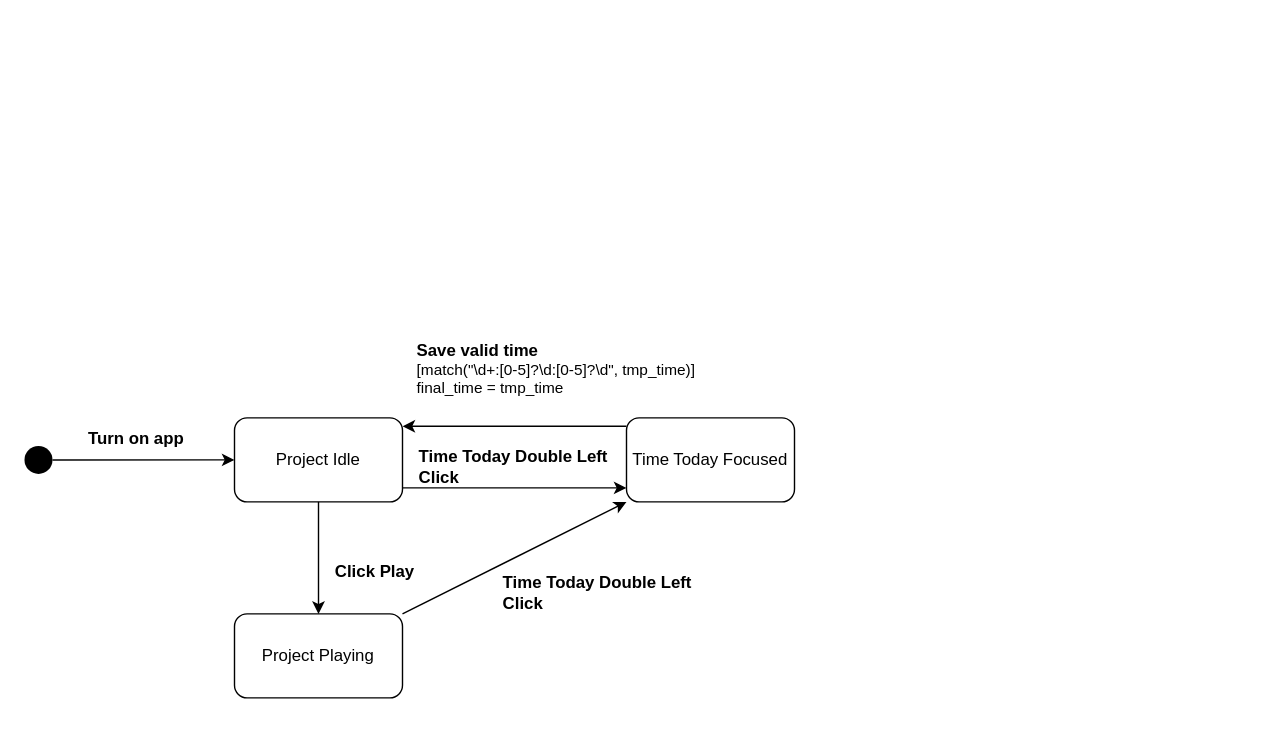
Above: docs/04_assignment/schema/02_edit_project.drawio in Jumaruba/jtimesched (draw.io), before the change. Source tidied: cells renumbered, new cells numbered last; positions are measured from the earlier drawing's top-left corner, leaving out a move shared by most shapes. Both pictures are drawn from the tidied source at 140%, with x=0, y=0 at pixel (24, 347).
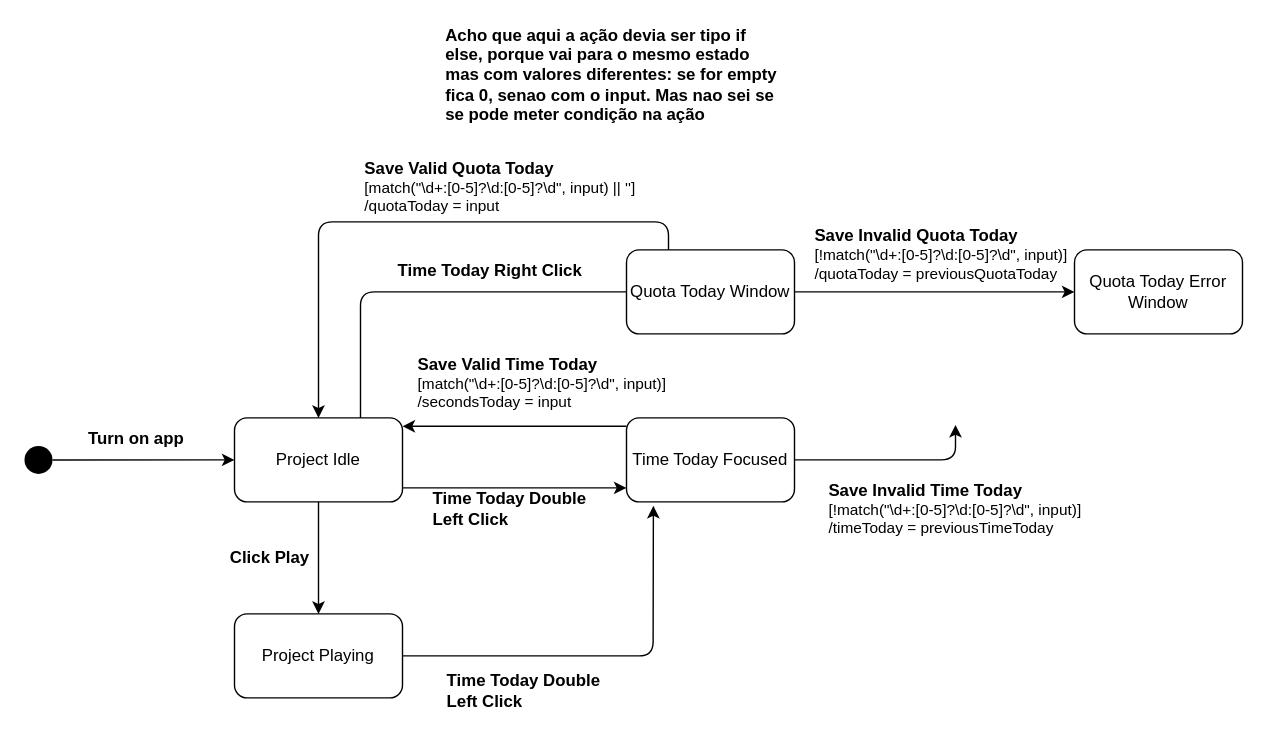
The same page after the edit.

Unchanged cells that the change refers to:
```xml
<mxCell id="3" value="Project Idle" style="rounded=1;whiteSpace=wrap;html=1;" parent="1" vertex="1">
  <mxGeometry x="150" y="50" width="120" height="60" as="geometry" />
</mxCell>
<mxCell id="7" value="Project Playing" style="rounded=1;whiteSpace=wrap;html=1;fontSize=12;" parent="1" vertex="1">
  <mxGeometry x="150" y="190" width="120" height="60" as="geometry" />
</mxCell>
<mxCell id="11" value="Time Today Focused" style="rounded=1;whiteSpace=wrap;html=1;" parent="1" vertex="1">
  <mxGeometry x="430" y="50" width="120" height="60" as="geometry" />
</mxCell>
```

Diff of the diagram source:
```diff
@@
+    <mxCell id="16" style="edgeStyle=none;html=1;exitX=0.75;exitY=0;exitDx=0;exitDy=0;" parent="1" edge="1" source="3">
+      <mxGeometry relative="1" as="geometry">
+        <mxPoint x="450" y="-40" as="targetPoint" />
+        <Array as="points">
+          <mxPoint x="240" y="-40" />
+        </Array>
+      </mxGeometry>
+    </mxCell>
@@
-    <mxCell id="6" style="edgeStyle=none;html=1;fontSize=11;fontColor=#000000;" parent="1" edge="1" source="7" target="11">
-      <mxGeometry relative="1" as="geometry" />
+    <mxCell id="6" style="edgeStyle=none;html=1;fontSize=11;fontColor=#000000;entryX=0.16;entryY=1.047;entryDx=0;entryDy=0;entryPerimeter=0;" parent="1" edge="1" source="7" target="11">
+      <mxGeometry relative="1" as="geometry">
+        <Array as="points">
+          <mxPoint x="449" y="220" />
+        </Array>
+      </mxGeometry>
     </mxCell>
@@
     <mxCell id="10" value="&lt;b&gt;Click Play&lt;/b&gt;" style="text;html=1;align=center;verticalAlign=middle;strokeColor=none;fillColor=none;" parent="1" vertex="1">
-      <mxGeometry x="215" y="150" width="70" height="20" as="geometry" />
+      <mxGeometry x="140" y="140" width="70" height="20" as="geometry" />
     </mxCell>
+    <mxCell id="17" style="edgeStyle=none;html=1;exitX=1;exitY=0.5;exitDx=0;exitDy=0;entryX=0.5;entryY=1;entryDx=0;entryDy=0;" parent="1" edge="1" source="11">
+      <mxGeometry relative="1" as="geometry">
+        <mxPoint x="665" y="55" as="targetPoint" />
+        <Array as="points">
+          <mxPoint x="665" y="80" />
+        </Array>
+      </mxGeometry>
+    </mxCell>
@@
     <mxCell id="12" value="&lt;b&gt;Time Today Double Left Click&lt;/b&gt;" style="text;html=1;strokeColor=none;fillColor=none;align=left;verticalAlign=middle;whiteSpace=wrap;rounded=0;" parent="1" vertex="1">
-      <mxGeometry x="280" y="70" width="160" height="30" as="geometry" />
+      <mxGeometry x="290" y="100" width="120" height="30" as="geometry" />
     </mxCell>
@@
-    <mxCell id="14" value="&lt;div style=&quot;text-align: left&quot;&gt;&lt;b&gt;&lt;font style=&quot;font-size: 12px&quot;&gt;Save valid time&lt;/font&gt;&lt;/b&gt;&lt;/div&gt;&lt;span style=&quot;font-size: 11px&quot;&gt;&lt;div style=&quot;text-align: left&quot;&gt;&lt;span&gt;[match(&quot;&lt;/span&gt;&lt;font style=&quot;font-family: &amp;#34;helvetica&amp;#34; , &amp;#34;arial&amp;#34; , &amp;#34;freesans&amp;#34; , sans-serif&quot;&gt;\d+:[0-5]?\d:[0-5]?\d&quot;, tmp_time)&lt;/font&gt;&lt;span style=&quot;font-family: &amp;#34;helvetica&amp;#34;&quot;&gt;]&lt;/span&gt;&lt;/div&gt;&lt;/span&gt;&lt;span style=&quot;font-size: 11px&quot;&gt;&lt;div style=&quot;text-align: left&quot;&gt;&lt;span&gt;final_time = tmp_time&lt;/span&gt;&lt;/div&gt;&lt;/span&gt;" style="text;html=1;strokeColor=none;fillColor=none;align=center;verticalAlign=middle;whiteSpace=wrap;rounded=0;" parent="1" vertex="1">
-      <mxGeometry x="260" width="240" height="30" as="geometry" />
+    <mxCell id="14" value="&lt;div style=&quot;text-align: left&quot;&gt;&lt;b&gt;&lt;font style=&quot;font-size: 12px&quot;&gt;Save Valid Time Today&lt;/font&gt;&lt;/b&gt;&lt;/div&gt;&lt;span style=&quot;font-size: 11px&quot;&gt;&lt;div style=&quot;text-align: left&quot;&gt;&lt;span&gt;[match(&quot;&lt;/span&gt;&lt;font style=&quot;font-family: &amp;#34;helvetica&amp;#34; , &amp;#34;arial&amp;#34; , &amp;#34;freesans&amp;#34; , sans-serif&quot;&gt;\d+:[0-5]?\d:[0-5]?\d&quot;, input)&lt;/font&gt;&lt;span style=&quot;font-family: &amp;#34;helvetica&amp;#34;&quot;&gt;]&lt;/span&gt;&lt;/div&gt;&lt;/span&gt;&lt;span style=&quot;font-size: 11px&quot;&gt;&lt;div style=&quot;text-align: left&quot;&gt;&lt;span&gt;/secondsToday = input&lt;/span&gt;&lt;/div&gt;&lt;/span&gt;" style="text;html=1;strokeColor=none;fillColor=none;align=center;verticalAlign=middle;whiteSpace=wrap;rounded=0;" parent="1" vertex="1">
+      <mxGeometry x="250" y="10" width="240" height="30" as="geometry" />
     </mxCell>
     <mxCell id="15" value="&lt;b&gt;Time Today Double Left Click&lt;/b&gt;" style="text;html=1;strokeColor=none;fillColor=none;align=left;verticalAlign=middle;whiteSpace=wrap;rounded=0;" parent="1" vertex="1">
-      <mxGeometry x="340" y="160" width="160" height="30" as="geometry" />
+      <mxGeometry x="300" y="230" width="120" height="30" as="geometry" />
     </mxCell>
+    <mxCell id="18" value="&lt;b&gt;Time Today Right Click&lt;/b&gt;" style="text;html=1;strokeColor=none;fillColor=none;align=left;verticalAlign=middle;whiteSpace=wrap;rounded=0;" parent="1" vertex="1">
+      <mxGeometry x="265" y="-70" width="150" height="30" as="geometry" />
+    </mxCell>
+    <mxCell id="19" style="edgeStyle=none;html=1;exitX=1;exitY=0.5;exitDx=0;exitDy=0;" parent="1" edge="1" source="20">
+      <mxGeometry relative="1" as="geometry">
+        <mxPoint x="750" y="-40" as="targetPoint" />
+        <Array as="points">
+          <mxPoint x="665" y="-40" />
+        </Array>
+      </mxGeometry>
+    </mxCell>
+    <mxCell id="20" value="Quota Today Window" style="rounded=1;whiteSpace=wrap;html=1;" parent="1" vertex="1">
+      <mxGeometry x="430" y="-70" width="120" height="60" as="geometry" />
+    </mxCell>
+    <mxCell id="21" style="endArrow=classic;html=1;entryX=0.5;entryY=0;entryDx=0;entryDy=0;" parent="1" edge="1" target="3">
+      <mxGeometry relative="1" as="geometry">
+        <mxPoint x="460" y="-70" as="sourcePoint" />
+        <Array as="points">
+          <mxPoint x="460" y="-90" />
+          <mxPoint x="210" y="-90" />
+        </Array>
+      </mxGeometry>
+    </mxCell>
+    <mxCell id="22" value="&lt;div style=&quot;text-align: left&quot;&gt;&lt;b&gt;&lt;font style=&quot;font-size: 12px&quot;&gt;Save Valid Quota Today&lt;/font&gt;&lt;/b&gt;&lt;/div&gt;&lt;span style=&quot;font-size: 11px&quot;&gt;&lt;div style=&quot;text-align: left&quot;&gt;&lt;span&gt;[match(&quot;&lt;/span&gt;&lt;font style=&quot;font-family: &amp;#34;helvetica&amp;#34; , &amp;#34;arial&amp;#34; , &amp;#34;freesans&amp;#34; , sans-serif&quot;&gt;\d+:[0-5]?\d:[0-5]?\d&quot;, input) || ''&lt;/font&gt;&lt;span style=&quot;font-family: &amp;#34;helvetica&amp;#34;&quot;&gt;]&lt;/span&gt;&lt;/div&gt;&lt;/span&gt;&lt;span style=&quot;font-size: 11px&quot;&gt;&lt;div style=&quot;text-align: left&quot;&gt;&lt;span&gt;/quotaToday = input&lt;/span&gt;&lt;/div&gt;&lt;/span&gt;" style="text;html=1;strokeColor=none;fillColor=none;align=center;verticalAlign=middle;whiteSpace=wrap;rounded=0;" parent="1" vertex="1">
+      <mxGeometry x="220" y="-130" width="240" height="30" as="geometry" />
+    </mxCell>
+    <mxCell id="23" value="&lt;div style=&quot;text-align: left&quot;&gt;&lt;b&gt;&lt;font style=&quot;font-size: 12px&quot;&gt;Save Invalid Quota Today&lt;/font&gt;&lt;/b&gt;&lt;/div&gt;&lt;span style=&quot;font-size: 11px&quot;&gt;&lt;div style=&quot;text-align: left&quot;&gt;&lt;span&gt;[!match(&quot;&lt;/span&gt;&lt;font style=&quot;font-family: &amp;#34;helvetica&amp;#34; , &amp;#34;arial&amp;#34; , &amp;#34;freesans&amp;#34; , sans-serif&quot;&gt;\d+:[0-5]?\d:[0-5]?\d&quot;, input)&lt;/font&gt;&lt;span style=&quot;font-family: &amp;#34;helvetica&amp;#34;&quot;&gt;]&lt;/span&gt;&lt;/div&gt;&lt;/span&gt;&lt;span style=&quot;font-size: 11px&quot;&gt;&lt;div style=&quot;text-align: left&quot;&gt;&lt;span&gt;/quotaToday = previousQuotaToday&lt;/span&gt;&lt;/div&gt;&lt;/span&gt;" style="text;html=1;strokeColor=none;fillColor=none;align=center;verticalAlign=middle;whiteSpace=wrap;rounded=0;" parent="1" vertex="1">
+      <mxGeometry x="535" y="-82" width="240" height="30" as="geometry" />
+    </mxCell>
+    <mxCell id="24" value="&lt;div style=&quot;text-align: left&quot;&gt;&lt;b&gt;&lt;font style=&quot;font-size: 12px&quot;&gt;Save Invalid Time Today&lt;/font&gt;&lt;/b&gt;&lt;/div&gt;&lt;span style=&quot;font-size: 11px&quot;&gt;&lt;div style=&quot;text-align: left&quot;&gt;&lt;span&gt;[!match(&quot;&lt;/span&gt;&lt;font style=&quot;font-family: &amp;#34;helvetica&amp;#34; , &amp;#34;arial&amp;#34; , &amp;#34;freesans&amp;#34; , sans-serif&quot;&gt;\d+:[0-5]?\d:[0-5]?\d&quot;, input)&lt;/font&gt;&lt;span style=&quot;font-family: &amp;#34;helvetica&amp;#34;&quot;&gt;]&lt;/span&gt;&lt;/div&gt;&lt;/span&gt;&lt;span style=&quot;font-size: 11px&quot;&gt;&lt;div style=&quot;text-align: left&quot;&gt;&lt;span&gt;/timeToday = previousTimeToday&lt;/span&gt;&lt;/div&gt;&lt;/span&gt;" style="text;html=1;strokeColor=none;fillColor=none;align=center;verticalAlign=middle;whiteSpace=wrap;rounded=0;" parent="1" vertex="1">
+      <mxGeometry x="545" y="100" width="240" height="30" as="geometry" />
+    </mxCell>
+    <mxCell id="25" value="Quota Today Error Window" style="rounded=1;whiteSpace=wrap;html=1;" parent="1" vertex="1">
+      <mxGeometry x="750" y="-70" width="120" height="60" as="geometry" />
+    </mxCell>
+    <mxCell id="26" value="&lt;div style=&quot;text-align: left&quot;&gt;&lt;b&gt;Acho que aqui a ação devia ser tipo if else, porque vai para o mesmo estado mas com valores diferentes: se for empty fica 0, senao com o input. Mas nao sei se se pode meter condição na ação&lt;/b&gt;&lt;/div&gt;" style="text;html=1;strokeColor=none;fillColor=none;align=center;verticalAlign=middle;whiteSpace=wrap;rounded=0;" parent="1" vertex="1">
+      <mxGeometry x="300" y="-210" width="240" height="30" as="geometry" />
+    </mxCell>
```
